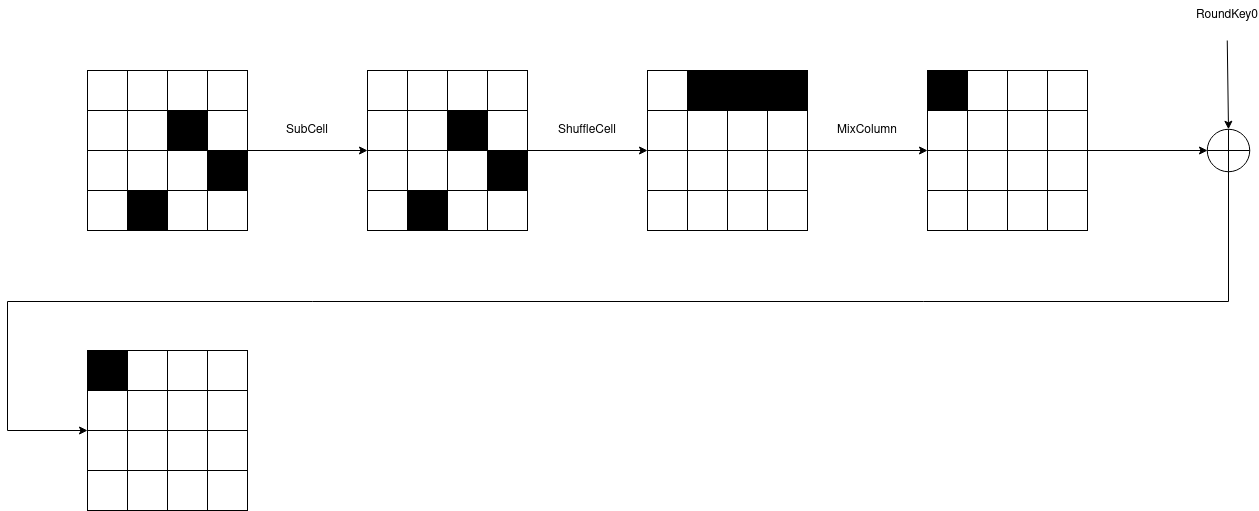
Garfield1002/CRA keeps this draw.io diagram as midori_square_attack4.drawio.png. Above is the earlier version. Source tidied: cells renumbered, new cells last; positions are measured from the earlier drawing's top-left corner, leaving out a move shared by most shapes.
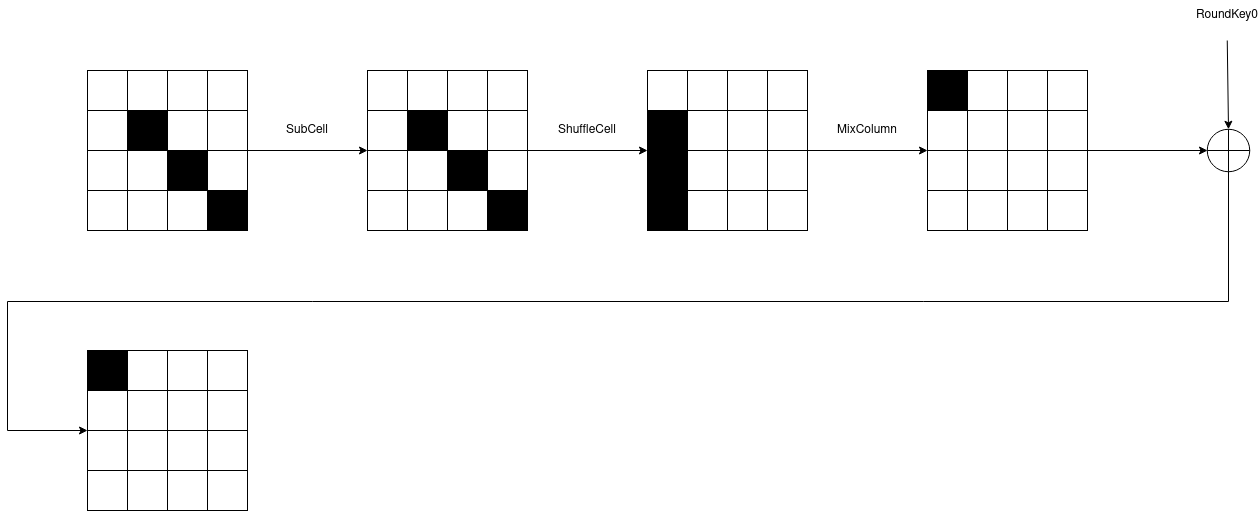
The same file after the commit.

What changed in the source:
```diff
@@ -20,10 +20,10 @@
     <mxCell id="7" style="rounded=0;whiteSpace=wrap;html=1;fillColor=#FFFFFF;" parent="1" vertex="1">
       <mxGeometry x="80" y="110" width="40" height="40" as="geometry" />
     </mxCell>
-    <mxCell id="8" style="rounded=0;whiteSpace=wrap;html=1;fillColor=#FFFFFF;" parent="1" vertex="1">
+    <mxCell id="8" style="rounded=0;whiteSpace=wrap;html=1;fillColor=#000000;" parent="1" vertex="1">
       <mxGeometry x="120" y="110" width="40" height="40" as="geometry" />
     </mxCell>
-    <mxCell id="9" style="rounded=0;whiteSpace=wrap;html=1;fillColor=#000000;" parent="1" vertex="1">
+    <mxCell id="9" style="rounded=0;whiteSpace=wrap;html=1;fillColor=#FFFFFF;" parent="1" vertex="1">
       <mxGeometry x="160" y="110" width="40" height="40" as="geometry" />
     </mxCell>
     <mxCell id="10" style="rounded=0;whiteSpace=wrap;html=1;" parent="1" vertex="1">
@@ -35,22 +35,22 @@
     <mxCell id="12" style="rounded=0;whiteSpace=wrap;html=1;" parent="1" vertex="1">
       <mxGeometry x="120" y="150" width="40" height="40" as="geometry" />
     </mxCell>
-    <mxCell id="13" style="rounded=0;whiteSpace=wrap;html=1;fillColor=#FFFFFF;" parent="1" vertex="1">
+    <mxCell id="13" style="rounded=0;whiteSpace=wrap;html=1;fillColor=#000000;" parent="1" vertex="1">
       <mxGeometry x="160" y="150" width="40" height="40" as="geometry" />
     </mxCell>
-    <mxCell id="14" style="rounded=0;whiteSpace=wrap;html=1;fillColor=#000000;" parent="1" vertex="1">
+    <mxCell id="14" style="rounded=0;whiteSpace=wrap;html=1;fillColor=#FFFFFF;" parent="1" vertex="1">
       <mxGeometry x="200" y="150" width="40" height="40" as="geometry" />
     </mxCell>
     <mxCell id="15" style="rounded=0;whiteSpace=wrap;html=1;fillColor=#FFFFFF;" parent="1" vertex="1">
       <mxGeometry x="80" y="190" width="40" height="40" as="geometry" />
     </mxCell>
-    <mxCell id="16" style="rounded=0;whiteSpace=wrap;html=1;fillColor=#000000;" parent="1" vertex="1">
+    <mxCell id="16" style="rounded=0;whiteSpace=wrap;html=1;fillColor=#FFFFFF;" parent="1" vertex="1">
       <mxGeometry x="120" y="190" width="40" height="40" as="geometry" />
     </mxCell>
     <mxCell id="17" style="rounded=0;whiteSpace=wrap;html=1;" parent="1" vertex="1">
       <mxGeometry x="160" y="190" width="40" height="40" as="geometry" />
     </mxCell>
-    <mxCell id="18" style="rounded=0;whiteSpace=wrap;html=1;fillColor=#FFFFFF;" parent="1" vertex="1">
+    <mxCell id="18" style="rounded=0;whiteSpace=wrap;html=1;fillColor=#000000;" parent="1" vertex="1">
       <mxGeometry x="200" y="190" width="40" height="40" as="geometry" />
     </mxCell>
     <mxCell id="19" value="SubCell" style="text;html=1;strokeColor=none;fillColor=none;align=center;verticalAlign=middle;whiteSpace=wrap;rounded=0;" parent="1" vertex="1">
@@ -74,10 +74,10 @@
     <mxCell id="25" style="rounded=0;whiteSpace=wrap;html=1;fillColor=#FFFFFF;" parent="1" vertex="1">
       <mxGeometry x="360" y="110" width="40" height="40" as="geometry" />
     </mxCell>
-    <mxCell id="26" style="rounded=0;whiteSpace=wrap;html=1;fillColor=#FFFFFF;" parent="1" vertex="1">
+    <mxCell id="26" style="rounded=0;whiteSpace=wrap;html=1;fillColor=#000000;" parent="1" vertex="1">
       <mxGeometry x="400" y="110" width="40" height="40" as="geometry" />
     </mxCell>
-    <mxCell id="27" style="rounded=0;whiteSpace=wrap;html=1;fillColor=#000000;" parent="1" vertex="1">
+    <mxCell id="27" style="rounded=0;whiteSpace=wrap;html=1;fillColor=#FFFFFF;" parent="1" vertex="1">
       <mxGeometry x="440" y="110" width="40" height="40" as="geometry" />
     </mxCell>
     <mxCell id="28" style="rounded=0;whiteSpace=wrap;html=1;" parent="1" vertex="1">
@@ -89,22 +89,22 @@
     <mxCell id="30" style="rounded=0;whiteSpace=wrap;html=1;" parent="1" vertex="1">
       <mxGeometry x="400" y="150" width="40" height="40" as="geometry" />
     </mxCell>
-    <mxCell id="31" style="rounded=0;whiteSpace=wrap;html=1;fillColor=#FFFFFF;" parent="1" vertex="1">
+    <mxCell id="31" style="rounded=0;whiteSpace=wrap;html=1;fillColor=#000000;" parent="1" vertex="1">
       <mxGeometry x="440" y="150" width="40" height="40" as="geometry" />
     </mxCell>
-    <mxCell id="32" style="rounded=0;whiteSpace=wrap;html=1;fillColor=#000000;" parent="1" vertex="1">
+    <mxCell id="32" style="rounded=0;whiteSpace=wrap;html=1;fillColor=#FFFFFF;" parent="1" vertex="1">
       <mxGeometry x="480" y="150" width="40" height="40" as="geometry" />
     </mxCell>
     <mxCell id="33" style="rounded=0;whiteSpace=wrap;html=1;fillColor=#FFFFFF;" parent="1" vertex="1">
       <mxGeometry x="360" y="190" width="40" height="40" as="geometry" />
     </mxCell>
-    <mxCell id="34" style="rounded=0;whiteSpace=wrap;html=1;fillColor=#000000;" parent="1" vertex="1">
+    <mxCell id="34" style="rounded=0;whiteSpace=wrap;html=1;fillColor=#FFFFFF;" parent="1" vertex="1">
       <mxGeometry x="400" y="190" width="40" height="40" as="geometry" />
     </mxCell>
     <mxCell id="35" style="rounded=0;whiteSpace=wrap;html=1;" parent="1" vertex="1">
       <mxGeometry x="440" y="190" width="40" height="40" as="geometry" />
     </mxCell>
-    <mxCell id="36" style="rounded=0;whiteSpace=wrap;html=1;fillColor=#FFFFFF;" parent="1" vertex="1">
+    <mxCell id="36" style="rounded=0;whiteSpace=wrap;html=1;fillColor=#000000;" parent="1" vertex="1">
       <mxGeometry x="480" y="190" width="40" height="40" as="geometry" />
     </mxCell>
     <mxCell id="37" style="endArrow=classic;html=1;rounded=0;exitX=1;exitY=0;exitDx=0;exitDy=0;entryX=0;entryY=0;entryDx=0;entryDy=0;" parent="1" edge="1" source="32" target="48">
@@ -119,16 +119,16 @@
     <mxCell id="40" style="rounded=0;whiteSpace=wrap;html=1;strokeColor=default;fillColor=#FFFFFF;" parent="1" vertex="1">
       <mxGeometry x="640" y="70" width="40" height="40" as="geometry" />
     </mxCell>
-    <mxCell id="41" style="rounded=0;whiteSpace=wrap;html=1;fillColor=#000000;" parent="1" vertex="1">
+    <mxCell id="41" style="rounded=0;whiteSpace=wrap;html=1;fillColor=#FFFFFF;" parent="1" vertex="1">
       <mxGeometry x="680" y="70" width="40" height="40" as="geometry" />
     </mxCell>
-    <mxCell id="42" style="rounded=0;whiteSpace=wrap;html=1;fillColor=#000000;" parent="1" vertex="1">
+    <mxCell id="42" style="rounded=0;whiteSpace=wrap;html=1;fillColor=#FFFFFF;" parent="1" vertex="1">
       <mxGeometry x="720" y="70" width="40" height="40" as="geometry" />
     </mxCell>
-    <mxCell id="43" style="rounded=0;whiteSpace=wrap;html=1;fillColor=#000000;" parent="1" vertex="1">
+    <mxCell id="43" style="rounded=0;whiteSpace=wrap;html=1;fillColor=#FFFFFF;" parent="1" vertex="1">
       <mxGeometry x="760" y="70" width="40" height="40" as="geometry" />
     </mxCell>
-    <mxCell id="44" style="rounded=0;whiteSpace=wrap;html=1;fillColor=#FFFFFF;" parent="1" vertex="1">
+    <mxCell id="44" style="rounded=0;whiteSpace=wrap;html=1;fillColor=#000000;" parent="1" vertex="1">
       <mxGeometry x="640" y="110" width="40" height="40" as="geometry" />
     </mxCell>
     <mxCell id="45" style="rounded=0;whiteSpace=wrap;html=1;" parent="1" vertex="1">
@@ -140,7 +140,7 @@
     <mxCell id="47" style="rounded=0;whiteSpace=wrap;html=1;" parent="1" vertex="1">
       <mxGeometry x="760" y="110" width="40" height="40" as="geometry" />
     </mxCell>
-    <mxCell id="48" style="rounded=0;whiteSpace=wrap;html=1;fillColor=#FFFFFF;" parent="1" vertex="1">
+    <mxCell id="48" style="rounded=0;whiteSpace=wrap;html=1;fillColor=#000000;" parent="1" vertex="1">
       <mxGeometry x="640" y="150" width="40" height="40" as="geometry" />
     </mxCell>
     <mxCell id="49" style="rounded=0;whiteSpace=wrap;html=1;" parent="1" vertex="1">
@@ -152,7 +152,7 @@
     <mxCell id="51" style="rounded=0;whiteSpace=wrap;html=1;" parent="1" vertex="1">
       <mxGeometry x="760" y="150" width="40" height="40" as="geometry" />
     </mxCell>
-    <mxCell id="52" style="rounded=0;whiteSpace=wrap;html=1;fillColor=#FFFFFF;" parent="1" vertex="1">
+    <mxCell id="52" style="rounded=0;whiteSpace=wrap;html=1;fillColor=#000000;" parent="1" vertex="1">
       <mxGeometry x="640" y="190" width="40" height="40" as="geometry" />
     </mxCell>
     <mxCell id="53" style="rounded=0;whiteSpace=wrap;html=1;" parent="1" vertex="1">
```
